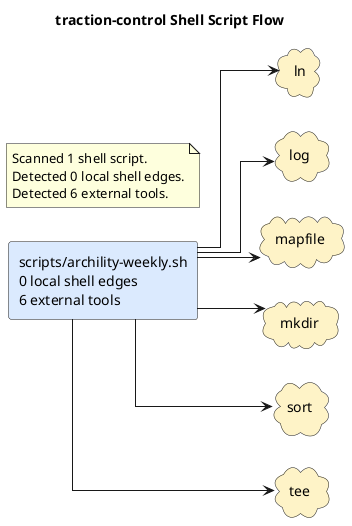
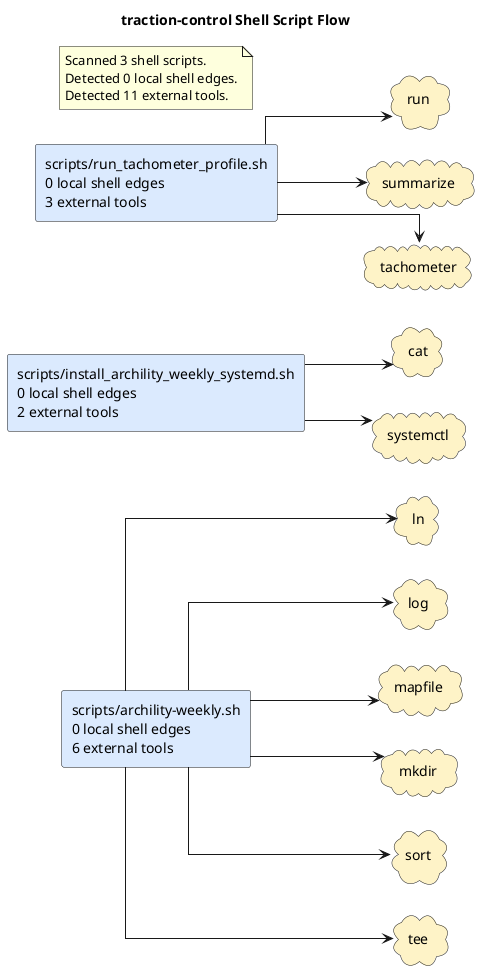
@startuml
title traction-control Shell Script Flow
left to right direction
skinparam shadowing false
skinparam defaultFontName Monospace
skinparam componentStyle rectangle
skinparam linetype ortho
rectangle "scripts/archility-weekly.sh\n0 local shell edges\n6 external tools" as shell_scripts_archility_weekly_sh #DBEAFE
+ rectangle "scripts/install_archility_weekly_systemd.sh\n0 local shell edges\n2 external tools" as shell_scripts_install_archility_weekly_systemd_sh #DBEAFE
+ rectangle "scripts/run_tachometer_profile.sh\n0 local shell edges\n3 external tools" as shell_scripts_run_tachometer_profile_sh #DBEAFE
+ cloud "cat" as tool_cat #FEF3C7
cloud "ln" as tool_ln #FEF3C7
cloud "log" as tool_log #FEF3C7
cloud "mapfile" as tool_mapfile #FEF3C7
cloud "mkdir" as tool_mkdir #FEF3C7
+ cloud "run" as tool_run #FEF3C7
cloud "sort" as tool_sort #FEF3C7
+ cloud "summarize" as tool_summarize #FEF3C7
+ cloud "systemctl" as tool_systemctl #FEF3C7
+ cloud "tachometer" as tool_tachometer #FEF3C7
cloud "tee" as tool_tee #FEF3C7
shell_scripts_archility_weekly_sh --> tool_ln
shell_scripts_archility_weekly_sh --> tool_log
shell_scripts_archility_weekly_sh --> tool_mapfile
shell_scripts_archility_weekly_sh --> tool_mkdir
shell_scripts_archility_weekly_sh --> tool_sort
shell_scripts_archility_weekly_sh --> tool_tee
+ shell_scripts_install_archility_weekly_systemd_sh --> tool_cat
+ shell_scripts_install_archility_weekly_systemd_sh --> tool_systemctl
+ shell_scripts_run_tachometer_profile_sh --> tool_run
+ shell_scripts_run_tachometer_profile_sh --> tool_summarize
+ shell_scripts_run_tachometer_profile_sh --> tool_tachometer
note as shellGraphSummary
- Scanned 1 shell script.
+ Scanned 3 shell scripts.
Detected 0 local shell edges.
- Detected 6 external tools.
+ Detected 11 external tools.
end note
@enduml
